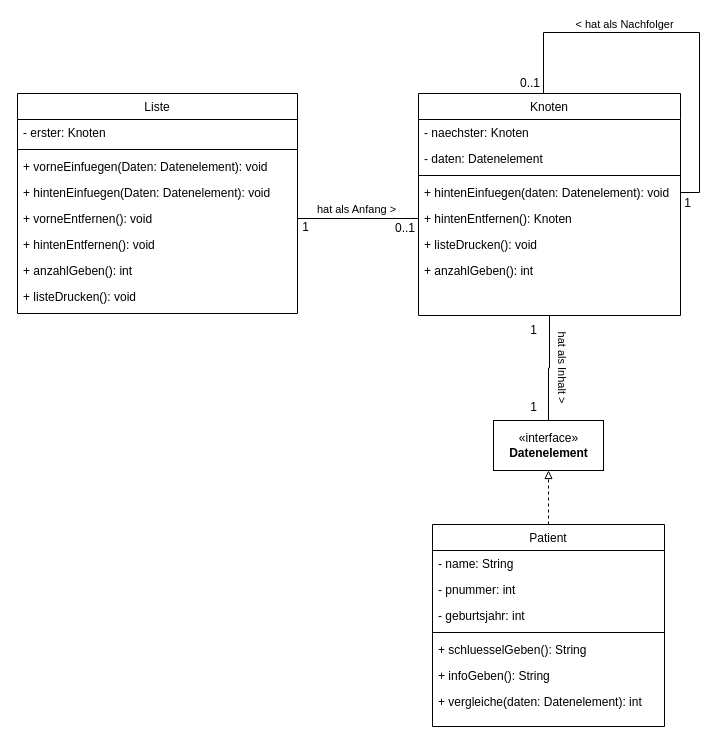
Before: page "TSI mit Interface" (1 of 3) of q11-liste-tsi.drawio in JoernWVSG/diagram, a draw.io diagram. Source tidied: cells renumbered, new cells numbered last; positions are measured from the earlier drawing's top-left corner, leaving out a move shared by most shapes. Both pictures are drawn from the tidied source at 100%, with x=0, y=0 at pixel (17, 32).
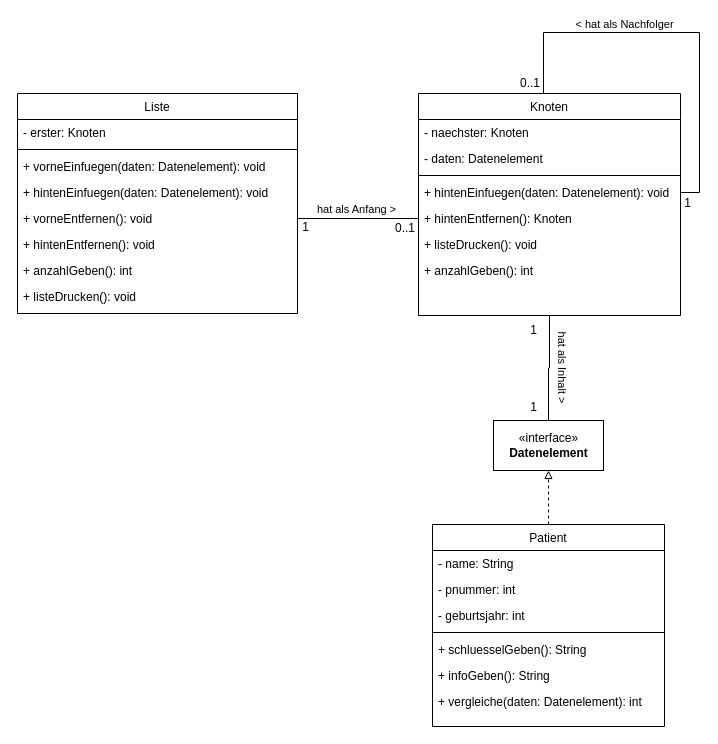
After the change.

The change refers to these unchanged cells:
```xml
<mxCell id="2" value="Liste" style="swimlane;fontStyle=0;align=center;verticalAlign=top;horizontal=1;startSize=26;rounded=0;shadow=0;strokeWidth=1;" parent="1" vertex="1">
  <mxGeometry y="61" width="280" height="220" as="geometry" />
</mxCell>
```

What changed in the source:
```diff
@@
-    <mxCell id="5" value="+ vorneEinfuegen(Daten: Datenelement): void" style="text;align=left;verticalAlign=top;spacingLeft=4;spacingRight=4;overflow=hidden;" parent="2" vertex="1">
+    <mxCell id="5" value="+ vorneEinfuegen(daten: Datenelement): void" style="text;align=left;verticalAlign=top;spacingLeft=4;spacingRight=4;overflow=hidden;" parent="2" vertex="1">
       <mxGeometry y="60" width="280" height="26" as="geometry" />
     </mxCell>
-    <mxCell id="6" value="+ hintenEinfuegen(Daten: Datenelement): void" style="text;align=left;verticalAlign=top;spacingLeft=4;spacingRight=4;overflow=hidden;" parent="2" vertex="1">
+    <mxCell id="6" value="+ hintenEinfuegen(daten: Datenelement): void" style="text;align=left;verticalAlign=top;spacingLeft=4;spacingRight=4;overflow=hidden;" parent="2" vertex="1">
       <mxGeometry y="86" width="280" height="26" as="geometry" />
     </mxCell>
```
